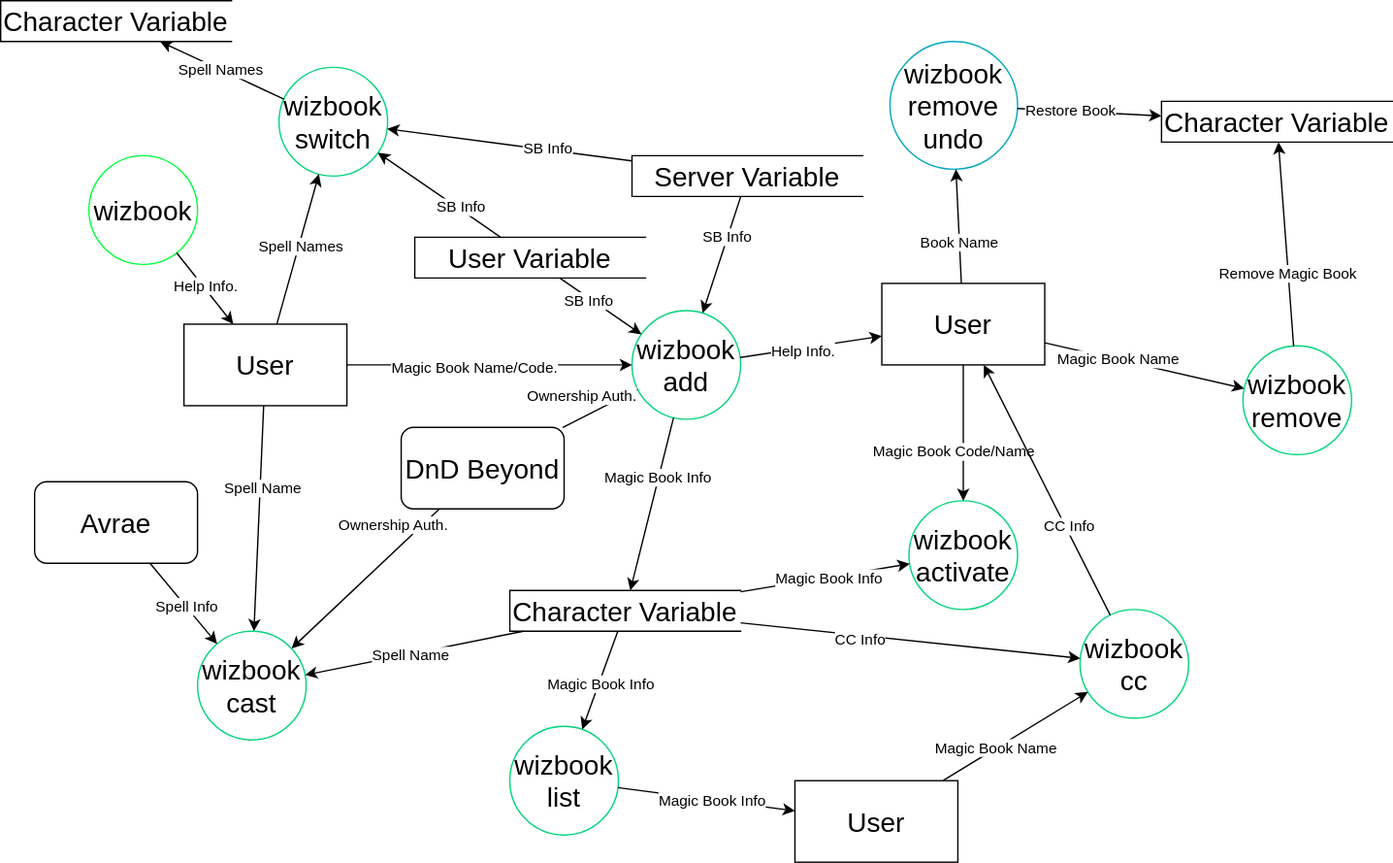
Above: Design/wizbook_DFD.svg in SethHartman13/Magic-Book-Library (draw.io), before the change. Source tidied: cells renumbered, new cells last; positions are measured from the earlier drawing's top-left corner, leaving out a move shared by most shapes.
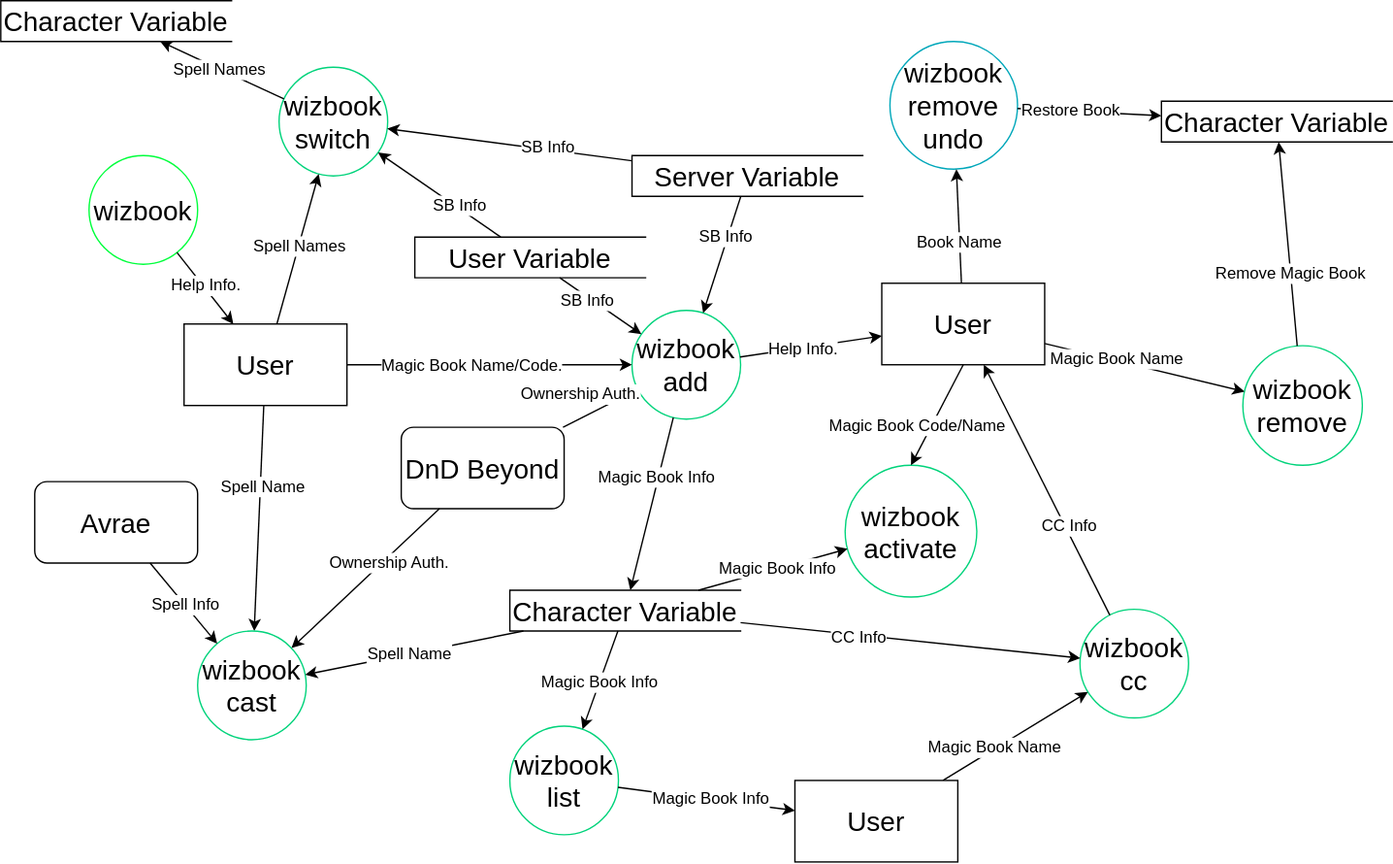
Later version of the same file.

The edit, as a diff of the source:
```diff
@@ -17,7 +17,7 @@
     <mxCell id="6" style="endArrow=classic;html=1;rounded=0;noEdgeStyle=1;" parent="1" edge="1" source="5" target="56">
       <mxGeometry relative="1" as="geometry" />
     </mxCell>
-    <mxCell id="7" value="Help Info." style="edgeLabel;html=1;align=center;verticalAlign=middle;" parent="6" vertex="1">
+    <mxCell id="7" value="Help Info." style="edgeLabel;html=1;align=center;verticalAlign=middle;fontSize=12;" parent="6" vertex="1">
       <mxGeometry x="-0.05" y="1" relative="1" as="geometry" />
     </mxCell>
     <mxCell id="8" value="&lt;font style=&quot;font-size: 20px;&quot;&gt;wizbook add&lt;/font&gt;" style="ellipse;whiteSpace=wrap;html=1;strokeColor=#00D37B;" parent="1" vertex="1">
@@ -26,13 +26,13 @@
     <mxCell id="9" style="endArrow=classic;html=1;rounded=0;noEdgeStyle=1;" parent="1" edge="1" source="8" target="2">
       <mxGeometry relative="1" as="geometry" />
     </mxCell>
-    <mxCell id="10" value="Help Info." style="edgeLabel;html=1;align=center;verticalAlign=middle;" parent="9" vertex="1">
+    <mxCell id="10" value="Help Info." style="edgeLabel;html=1;align=center;verticalAlign=middle;fontSize=12;" parent="9" vertex="1">
       <mxGeometry x="-0.12" y="-1" relative="1" as="geometry" />
     </mxCell>
     <mxCell id="11" style="endArrow=classic;html=1;rounded=0;noEdgeStyle=1;" parent="1" edge="1" source="8" target="13">
       <mxGeometry relative="1" as="geometry" />
     </mxCell>
-    <mxCell id="12" value="Magic Book Info" style="edgeLabel;html=1;align=center;verticalAlign=middle;" parent="11" vertex="1">
+    <mxCell id="12" value="Magic Book Info" style="edgeLabel;html=1;align=center;verticalAlign=middle;fontSize=12;" parent="11" vertex="1">
       <mxGeometry x="-0.3" y="-2" relative="1" as="geometry" />
     </mxCell>
     <mxCell id="13" value="&lt;font style=&quot;font-size: 20px;&quot;&gt;Character Variable&lt;/font&gt;" style="html=1;dashed=0;whiteSpace=wrap;shape=partialRectangle;right=0;" parent="1" vertex="1">
@@ -41,30 +41,30 @@
     <mxCell id="14" style="endArrow=classic;html=1;rounded=0;noEdgeStyle=1;" parent="1" edge="1" source="4" target="8">
       <mxGeometry relative="1" as="geometry" />
     </mxCell>
-    <mxCell id="15" value="Ownership Auth." style="edgeLabel;html=1;align=center;verticalAlign=middle;" parent="14" vertex="1">
+    <mxCell id="15" value="Ownership Auth." style="edgeLabel;html=1;align=center;verticalAlign=middle;fontSize=12;" parent="14" vertex="1">
       <mxGeometry x="-0.44" y="-1" relative="1" as="geometry">
         <mxPoint x="-4" y="-17" as="offset" />
       </mxGeometry>
     </mxCell>
     <mxCell id="16" value="&lt;font style=&quot;font-size: 20px;&quot;&gt;wizbook activate&lt;/font&gt;" style="ellipse;whiteSpace=wrap;html=1;strokeColor=#00D37B;" parent="1" vertex="1">
-      <mxGeometry x="669" y="368" width="80" height="80" as="geometry" />
+      <mxGeometry x="622" y="342" width="97" height="97" as="geometry" />
     </mxCell>
     <mxCell id="17" style="endArrow=classic;html=1;rounded=0;noEdgeStyle=1;" parent="1" edge="1" source="13" target="16">
       <mxGeometry relative="1" as="geometry" />
     </mxCell>
-    <mxCell id="18" value="Magic Book&amp;nbsp;Info" style="edgeLabel;html=1;align=center;verticalAlign=middle;" parent="17" vertex="1">
+    <mxCell id="18" value="Magic Book&amp;nbsp;Info" style="edgeLabel;html=1;align=center;verticalAlign=middle;fontSize=12;" parent="17" vertex="1">
       <mxGeometry x="0.05" relative="1" as="geometry" />
     </mxCell>
     <mxCell id="19" style="endArrow=classic;html=1;rounded=0;noEdgeStyle=1;" parent="1" edge="1" source="56" target="23">
       <mxGeometry relative="1" as="geometry" />
     </mxCell>
-    <mxCell id="20" value="Spell Name" style="edgeLabel;html=1;align=center;verticalAlign=middle;" parent="19" vertex="1">
+    <mxCell id="20" value="Spell Name" style="edgeLabel;html=1;align=center;verticalAlign=middle;fontSize=12;" parent="19" vertex="1">
       <mxGeometry x="-0.28" y="1" relative="1" as="geometry" />
     </mxCell>
-    <mxCell id="21" style="endArrow=classic;html=1;rounded=0;edgeStyle=orthogonalEdgeStyle;noEdgeStyle=1;orthogonal=1;" parent="1" edge="1" source="2" target="16">
+    <mxCell id="21" style="endArrow=classic;html=1;rounded=0;edgeStyle=orthogonalEdgeStyle;noEdgeStyle=1;orthogonal=1;entryX=0.5;entryY=0;entryDx=0;entryDy=0;exitX=0.5;exitY=1;exitDx=0;exitDy=0;" parent="1" edge="1" source="2" target="16">
       <mxGeometry relative="1" as="geometry" />
     </mxCell>
-    <mxCell id="22" value="Magic Book Code/Name" style="edgeLabel;html=1;align=center;verticalAlign=middle;" parent="21" vertex="1">
+    <mxCell id="22" value="Magic Book Code/Name" style="edgeLabel;html=1;align=center;verticalAlign=middle;fontSize=12;" parent="21" vertex="1">
       <mxGeometry x="0.37" relative="1" as="geometry">
         <mxPoint x="-8" y="-6" as="offset" />
       </mxGeometry>
@@ -75,42 +75,42 @@
     <mxCell id="24" style="endArrow=classic;html=1;rounded=0;noEdgeStyle=1;" parent="1" edge="1" source="13" target="23">
       <mxGeometry relative="1" as="geometry" />
     </mxCell>
-    <mxCell id="25" value="Spell Name" style="edgeLabel;html=1;align=center;verticalAlign=middle;" parent="24" vertex="1">
+    <mxCell id="25" value="Spell Name" style="edgeLabel;html=1;align=center;verticalAlign=middle;fontSize=12;" parent="24" vertex="1">
       <mxGeometry x="0.05" relative="1" as="geometry" />
     </mxCell>
     <mxCell id="26" style="endArrow=classic;html=1;rounded=0;noEdgeStyle=1;" parent="1" edge="1" source="3" target="23">
       <mxGeometry relative="1" as="geometry" />
     </mxCell>
-    <mxCell id="27" value="Spell Info" style="edgeLabel;html=1;align=center;verticalAlign=middle;" parent="26" vertex="1">
+    <mxCell id="27" value="Spell Info" style="edgeLabel;html=1;align=center;verticalAlign=middle;fontSize=12;" parent="26" vertex="1">
       <mxGeometry x="0.05" relative="1" as="geometry" />
     </mxCell>
     <mxCell id="28" style="endArrow=classic;html=1;rounded=0;noEdgeStyle=1;" parent="1" edge="1" source="4" target="23">
       <mxGeometry relative="1" as="geometry" />
     </mxCell>
-    <mxCell id="29" value="Ownership Auth." style="edgeLabel;html=1;align=center;verticalAlign=middle;" parent="28" vertex="1">
+    <mxCell id="29" value="Ownership Auth." style="edgeLabel;html=1;align=center;verticalAlign=middle;fontSize=12;" parent="28" vertex="1">
       <mxGeometry x="-0.44" y="-1" relative="1" as="geometry">
-        <mxPoint x="-4" y="-17" as="offset" />
+        <mxPoint x="-7" y="12" as="offset" />
       </mxGeometry>
     </mxCell>
     <mxCell id="30" value="&lt;font style=&quot;font-size: 20px;&quot;&gt;wizbook remove&lt;/font&gt;" style="ellipse;whiteSpace=wrap;html=1;strokeColor=#00D37B;" parent="1" vertex="1">
-      <mxGeometry x="915" y="254" width="80" height="80" as="geometry" />
+      <mxGeometry x="915" y="254" width="88" height="88" as="geometry" />
     </mxCell>
     <mxCell id="31" style="endArrow=classic;html=1;rounded=0;noEdgeStyle=1;" parent="1" edge="1" source="2" target="30">
       <mxGeometry relative="1" as="geometry" />
     </mxCell>
-    <mxCell id="32" value="Magic Book&amp;nbsp;Name" style="edgeLabel;html=1;align=center;verticalAlign=middle;" parent="31" vertex="1">
+    <mxCell id="32" value="Magic Book&amp;nbsp;Name" style="edgeLabel;html=1;align=center;verticalAlign=middle;fontSize=12;" parent="31" vertex="1">
       <mxGeometry x="-0.28" y="1" relative="1" as="geometry" />
     </mxCell>
     <mxCell id="33" style="endArrow=classic;html=1;rounded=0;noEdgeStyle=1;" parent="1" edge="1" source="56" target="8">
       <mxGeometry relative="1" as="geometry" />
     </mxCell>
-    <mxCell id="34" value="Magic Book Name/Code." style="edgeLabel;html=1;align=center;verticalAlign=middle;" parent="33" vertex="1">
+    <mxCell id="34" value="Magic Book Name/Code." style="edgeLabel;html=1;align=center;verticalAlign=middle;fontSize=12;" parent="33" vertex="1">
       <mxGeometry x="-0.12" y="-1" relative="1" as="geometry" />
     </mxCell>
     <mxCell id="35" style="endArrow=classic;html=1;rounded=0;noEdgeStyle=1;" parent="1" edge="1" source="30" target="55">
       <mxGeometry relative="1" as="geometry" />
     </mxCell>
-    <mxCell id="36" value="Remove Magic Book" style="edgeLabel;html=1;align=center;verticalAlign=middle;" parent="35" vertex="1">
+    <mxCell id="36" value="Remove Magic Book" style="edgeLabel;html=1;align=center;verticalAlign=middle;fontSize=12;" parent="35" vertex="1">
       <mxGeometry x="-0.28" y="1" relative="1" as="geometry" />
     </mxCell>
     <mxCell id="37" value="&lt;font style=&quot;font-size: 20px;&quot;&gt;wizbook remove&lt;br&gt;undo&lt;br&gt;&lt;/font&gt;" style="ellipse;whiteSpace=wrap;html=1;strokeColor=#00A7BA;" parent="1" vertex="1">
@@ -119,13 +119,13 @@
     <mxCell id="38" style="endArrow=classic;html=1;rounded=0;noEdgeStyle=1;" parent="1" edge="1" source="37" target="55">
       <mxGeometry relative="1" as="geometry" />
     </mxCell>
-    <mxCell id="39" value="Restore Book" style="edgeLabel;html=1;align=center;verticalAlign=middle;" parent="38" vertex="1">
+    <mxCell id="39" value="Restore Book" style="edgeLabel;html=1;align=center;verticalAlign=middle;fontSize=12;" parent="38" vertex="1">
       <mxGeometry x="-0.28" y="1" relative="1" as="geometry" />
     </mxCell>
     <mxCell id="40" style="endArrow=classic;html=1;rounded=0;noEdgeStyle=1;" parent="1" edge="1" source="2" target="37">
       <mxGeometry relative="1" as="geometry" />
     </mxCell>
-    <mxCell id="41" value="Book&amp;nbsp;Name" style="edgeLabel;html=1;align=center;verticalAlign=middle;" parent="40" vertex="1">
+    <mxCell id="41" value="Book&amp;nbsp;Name" style="edgeLabel;html=1;align=center;verticalAlign=middle;fontSize=12;" parent="40" vertex="1">
       <mxGeometry x="-0.28" y="1" relative="1" as="geometry" />
     </mxCell>
     <mxCell id="42" value="&lt;font style=&quot;font-size: 20px;&quot;&gt;wizbook cc&lt;/font&gt;" style="ellipse;whiteSpace=wrap;html=1;strokeColor=#00D37B;" parent="1" vertex="1">
@@ -134,19 +134,19 @@
     <mxCell id="43" style="endArrow=classic;html=1;rounded=0;noEdgeStyle=1;" parent="1" edge="1" source="42" target="2">
       <mxGeometry relative="1" as="geometry" />
     </mxCell>
-    <mxCell id="44" value="CC Info" style="edgeLabel;html=1;align=center;verticalAlign=middle;" parent="43" vertex="1">
+    <mxCell id="44" value="CC Info" style="edgeLabel;html=1;align=center;verticalAlign=middle;fontSize=12;" parent="43" vertex="1">
       <mxGeometry x="-0.3" y="-2" relative="1" as="geometry" />
     </mxCell>
     <mxCell id="45" style="endArrow=classic;html=1;rounded=0;noEdgeStyle=1;" parent="1" edge="1" source="13" target="42">
       <mxGeometry relative="1" as="geometry" />
     </mxCell>
-    <mxCell id="46" value="CC Info" style="edgeLabel;html=1;align=center;verticalAlign=middle;" parent="45" vertex="1">
+    <mxCell id="46" value="CC Info" style="edgeLabel;html=1;align=center;verticalAlign=middle;fontSize=12;" parent="45" vertex="1">
       <mxGeometry x="-0.3" y="-2" relative="1" as="geometry" />
     </mxCell>
     <mxCell id="47" style="endArrow=classic;html=1;rounded=0;noEdgeStyle=1;" parent="1" edge="1" source="54" target="42">
       <mxGeometry relative="1" as="geometry" />
     </mxCell>
-    <mxCell id="48" value="Magic Book&amp;nbsp;Name" style="edgeLabel;html=1;align=center;verticalAlign=middle;" parent="47" vertex="1">
+    <mxCell id="48" value="Magic Book&amp;nbsp;Name" style="edgeLabel;html=1;align=center;verticalAlign=middle;fontSize=12;" parent="47" vertex="1">
       <mxGeometry x="-0.28" y="1" relative="1" as="geometry" />
     </mxCell>
     <mxCell id="49" value="&lt;font style=&quot;font-size: 20px;&quot;&gt;wizbook list&lt;/font&gt;" style="ellipse;whiteSpace=wrap;html=1;strokeColor=#00D37B;" parent="1" vertex="1">
@@ -155,13 +155,13 @@
     <mxCell id="50" style="endArrow=classic;html=1;rounded=0;noEdgeStyle=1;" parent="1" edge="1" source="13" target="49">
       <mxGeometry relative="1" as="geometry" />
     </mxCell>
-    <mxCell id="51" value="Magic Book&amp;nbsp;Info" style="edgeLabel;html=1;align=center;verticalAlign=middle;" parent="50" vertex="1">
+    <mxCell id="51" value="Magic Book&amp;nbsp;Info" style="edgeLabel;html=1;align=center;verticalAlign=middle;fontSize=12;" parent="50" vertex="1">
       <mxGeometry x="0.05" relative="1" as="geometry" />
     </mxCell>
     <mxCell id="52" style="endArrow=classic;html=1;rounded=0;noEdgeStyle=1;" parent="1" edge="1" source="49" target="54">
       <mxGeometry relative="1" as="geometry" />
     </mxCell>
-    <mxCell id="53" value="Magic Book&amp;nbsp;Info" style="edgeLabel;html=1;align=center;verticalAlign=middle;" parent="52" vertex="1">
+    <mxCell id="53" value="Magic Book&amp;nbsp;Info" style="edgeLabel;html=1;align=center;verticalAlign=middle;fontSize=12;" parent="52" vertex="1">
       <mxGeometry x="0.05" relative="1" as="geometry" />
     </mxCell>
     <mxCell id="54" value="&lt;font style=&quot;font-size: 20px;&quot;&gt;User&lt;/font&gt;" style="rounded=0;whiteSpace=wrap;html=1;" parent="1" vertex="1">
@@ -182,13 +182,13 @@
     <mxCell id="59" style="endArrow=classic;html=1;rounded=0;noEdgeStyle=1;" parent="1" edge="1" source="58" target="8">
       <mxGeometry relative="1" as="geometry" />
     </mxCell>
-    <mxCell id="60" value="SB Info" style="edgeLabel;html=1;align=center;verticalAlign=middle;" parent="59" vertex="1">
+    <mxCell id="60" value="SB Info" style="edgeLabel;html=1;align=center;verticalAlign=middle;fontSize=12;" parent="59" vertex="1">
       <mxGeometry x="-0.3" y="-2" relative="1" as="geometry" />
     </mxCell>
     <mxCell id="61" style="endArrow=classic;html=1;rounded=0;noEdgeStyle=1;" parent="1" edge="1" source="57" target="8">
       <mxGeometry relative="1" as="geometry" />
     </mxCell>
-    <mxCell id="62" value="SB Info" style="edgeLabel;html=1;align=center;verticalAlign=middle;" parent="61" vertex="1">
+    <mxCell id="62" value="SB Info" style="edgeLabel;html=1;align=center;verticalAlign=middle;fontSize=12;" parent="61" vertex="1">
       <mxGeometry x="-0.3" y="-2" relative="1" as="geometry" />
     </mxCell>
     <mxCell id="63" value="&lt;font style=&quot;font-size: 20px;&quot;&gt;wizbook switch&lt;/font&gt;" style="ellipse;whiteSpace=wrap;html=1;strokeColor=#00D37B;" parent="1" vertex="1">
@@ -197,19 +197,19 @@
     <mxCell id="64" style="endArrow=classic;html=1;rounded=0;noEdgeStyle=1;" parent="1" edge="1" source="56" target="63">
       <mxGeometry relative="1" as="geometry" />
     </mxCell>
-    <mxCell id="65" value="Spell Names" style="edgeLabel;html=1;align=center;verticalAlign=middle;" parent="64" vertex="1">
+    <mxCell id="65" value="Spell Names" style="edgeLabel;html=1;align=center;verticalAlign=middle;fontSize=12;" parent="64" vertex="1">
       <mxGeometry x="0.05" relative="1" as="geometry" />
     </mxCell>
     <mxCell id="66" style="endArrow=classic;html=1;rounded=0;noEdgeStyle=1;" parent="1" edge="1" source="57" target="63">
       <mxGeometry relative="1" as="geometry" />
     </mxCell>
-    <mxCell id="67" value="SB Info" style="edgeLabel;html=1;align=center;verticalAlign=middle;" parent="66" vertex="1">
+    <mxCell id="67" value="SB Info" style="edgeLabel;html=1;align=center;verticalAlign=middle;fontSize=12;" parent="66" vertex="1">
       <mxGeometry x="-0.3" y="-2" relative="1" as="geometry" />
     </mxCell>
     <mxCell id="68" style="endArrow=classic;html=1;rounded=0;noEdgeStyle=1;" parent="1" edge="1" source="58" target="63">
       <mxGeometry relative="1" as="geometry" />
     </mxCell>
-    <mxCell id="69" value="SB Info" style="edgeLabel;html=1;align=center;verticalAlign=middle;" parent="68" vertex="1">
+    <mxCell id="69" value="SB Info" style="edgeLabel;html=1;align=center;verticalAlign=middle;fontSize=12;" parent="68" vertex="1">
       <mxGeometry x="-0.3" y="-2" relative="1" as="geometry" />
     </mxCell>
     <mxCell id="70" value="&lt;font style=&quot;font-size: 20px;&quot;&gt;Character Variable&lt;/font&gt;" style="html=1;dashed=0;whiteSpace=wrap;shape=partialRectangle;right=0;" parent="1" vertex="1">
@@ -218,7 +218,7 @@
     <mxCell id="71" style="endArrow=classic;html=1;rounded=0;noEdgeStyle=1;" parent="1" edge="1" source="63" target="70">
       <mxGeometry relative="1" as="geometry" />
     </mxCell>
-    <mxCell id="72" value="Spell Names" style="edgeLabel;html=1;align=center;verticalAlign=middle;" parent="71" vertex="1">
+    <mxCell id="72" value="Spell Names" style="edgeLabel;html=1;align=center;verticalAlign=middle;fontSize=12;" parent="71" vertex="1">
       <mxGeometry x="0.05" relative="1" as="geometry" />
     </mxCell>
   </root>
```
